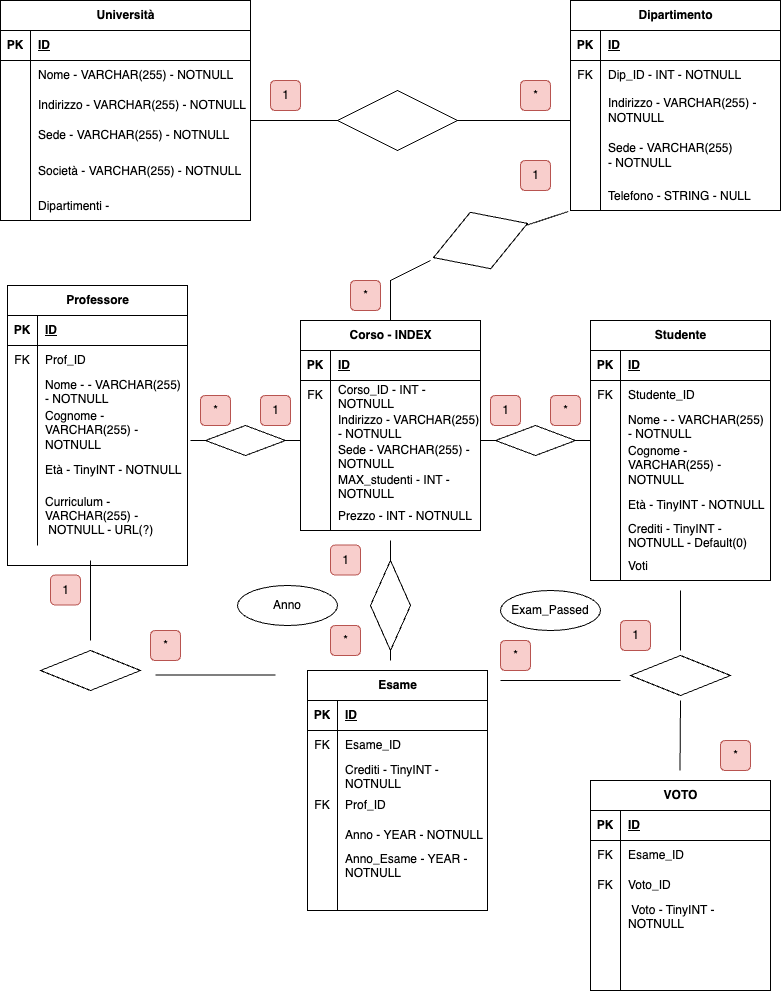
kapolandia/db-university keeps this draw.io diagram as exe.png. Above is the earlier version. Source tidied: cells renumbered, new cells last; positions are measured from the earlier drawing's top-left corner, leaving out a move shared by most shapes.
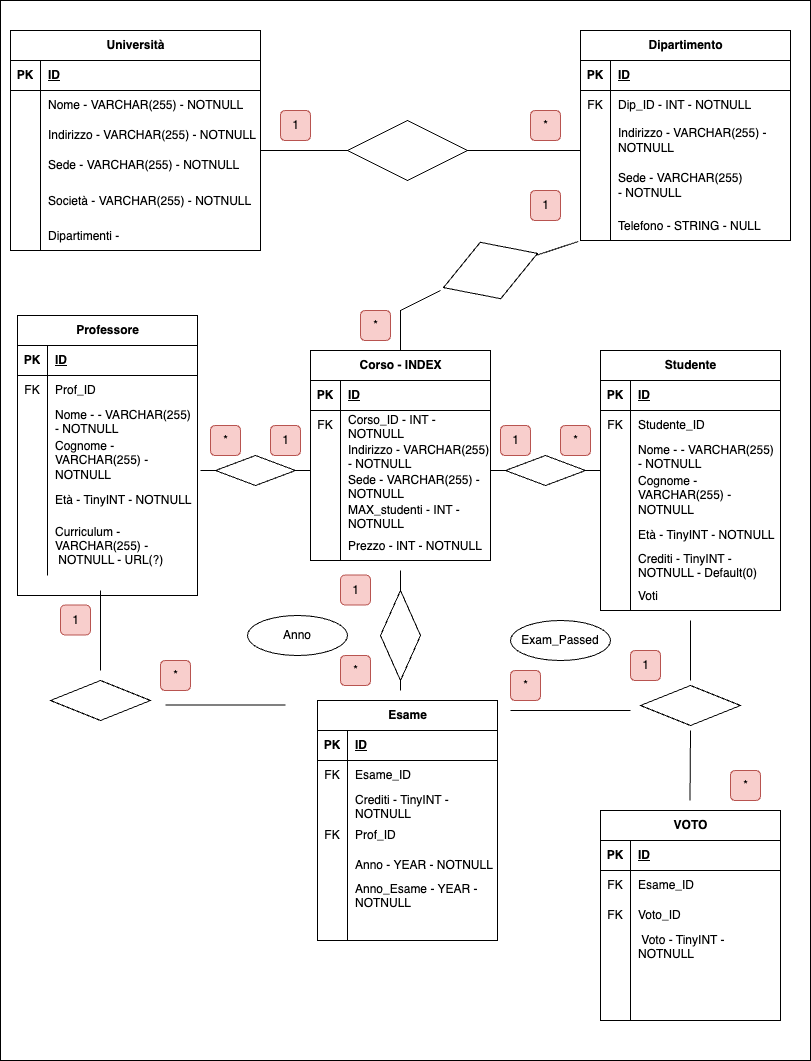
The same file after the commit.

The edit, as a diff of the source:
```diff
@@ -2,6 +2,9 @@
   <root>
     <mxCell id="0" />
     <mxCell id="1" parent="0" />
+    <mxCell id="176" style="rounded=0;whiteSpace=wrap;html=1;" parent="1" vertex="1">
+      <mxGeometry x="-10" y="-30" width="810" height="1060" as="geometry" />
+    </mxCell>
     <mxCell id="2" value="Università" style="shape=table;startSize=30;rowLines=0;fontStyle=1;align=center;html=1;" parent="1" vertex="1">
       <mxGeometry width="250" height="220" as="geometry" />
     </mxCell>
```
